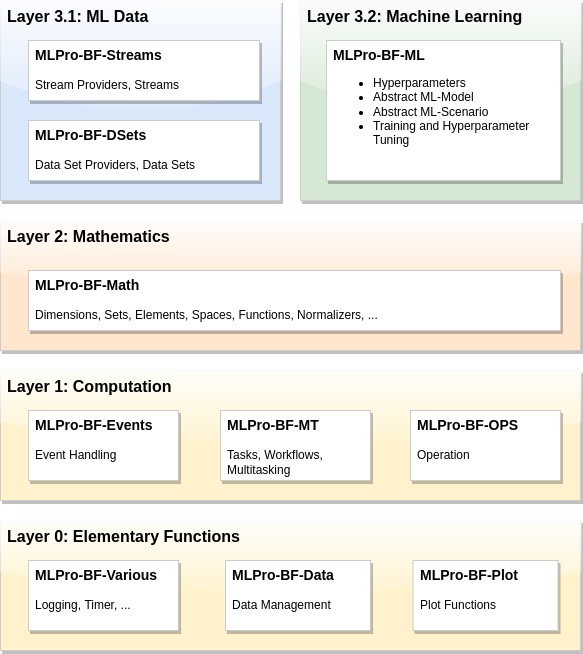
The draw.io diagram doc/rtd/content/bf/images/MLPro-BF_Overview.drawio.png in fhswf/MLPro, before a commit. Source tidied: cells renumbered, new cells last; positions are measured from the earlier drawing's top-left corner, leaving out a move shared by most shapes.
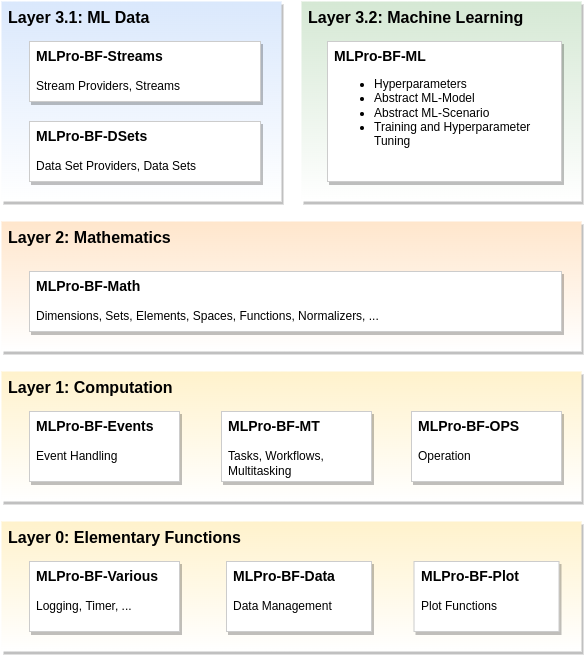
After the commit.

Change to the diagram source:
```diff
@@ -2,19 +2,19 @@
   <root>
     <mxCell id="0" />
     <mxCell id="1" parent="0" />
-    <mxCell id="2" value="Layer 0: Elementary Functions" style="rounded=0;whiteSpace=wrap;html=1;shadow=1;glass=1;fontSize=16;align=left;labelPosition=center;verticalLabelPosition=middle;verticalAlign=top;spacingLeft=5;fontStyle=1;strokeColor=#CCCCCC;fillColor=#fff2cc;strokeWidth=1;fontFamily=Helvetica;" parent="1" vertex="1">
+    <mxCell id="2" value="Layer 0: Elementary Functions" style="rounded=0;whiteSpace=wrap;html=1;shadow=1;glass=0;fontSize=16;align=left;labelPosition=center;verticalLabelPosition=middle;verticalAlign=top;spacingLeft=5;fontStyle=1;strokeColor=none;fillColor=#fff2cc;strokeWidth=1;fontFamily=Helvetica;gradientColor=#FFFFFF;" parent="1" vertex="1">
       <mxGeometry y="520" width="580" height="130" as="geometry" />
     </mxCell>
-    <mxCell id="3" value="Layer 3.2: Machine Learning" style="rounded=0;whiteSpace=wrap;html=1;shadow=1;glass=1;fontSize=16;align=left;labelPosition=center;verticalLabelPosition=middle;verticalAlign=top;spacingLeft=5;spacingRight=5;fontStyle=1;fillColor=#d5e8d4;strokeColor=#CCCCCC;gradientColor=none;strokeWidth=1;" parent="1" vertex="1">
+    <mxCell id="3" value="Layer 3.2: Machine Learning" style="rounded=0;whiteSpace=wrap;html=1;shadow=1;glass=0;fontSize=16;align=left;labelPosition=center;verticalLabelPosition=middle;verticalAlign=top;spacingLeft=5;spacingRight=5;fontStyle=1;fillColor=#d5e8d4;strokeColor=none;gradientColor=#FFFFFF;strokeWidth=1;" parent="1" vertex="1">
       <mxGeometry x="300" width="280" height="200" as="geometry" />
     </mxCell>
-    <mxCell id="4" value="Layer 3.1: ML Data" style="rounded=0;whiteSpace=wrap;html=1;shadow=1;glass=1;fontSize=16;align=left;labelPosition=center;verticalLabelPosition=middle;verticalAlign=top;spacingLeft=5;spacingRight=5;fontStyle=1;fillColor=#dae8fc;strokeColor=#CCCCCC;strokeWidth=1;" parent="1" vertex="1">
+    <mxCell id="4" value="Layer 3.1: ML Data" style="rounded=0;whiteSpace=wrap;html=1;shadow=1;glass=0;fontSize=16;align=left;labelPosition=center;verticalLabelPosition=middle;verticalAlign=top;spacingLeft=5;spacingRight=5;fontStyle=1;fillColor=#dae8fc;strokeColor=none;strokeWidth=2;gradientColor=#FFFFFF;" parent="1" vertex="1">
       <mxGeometry width="280" height="200" as="geometry" />
     </mxCell>
-    <mxCell id="5" value="Layer 2: Mathematics" style="rounded=0;whiteSpace=wrap;html=1;shadow=1;glass=1;fontSize=16;align=left;labelPosition=center;verticalLabelPosition=middle;verticalAlign=top;spacingLeft=5;fontStyle=1;fillColor=#ffe6cc;strokeColor=#CCCCCC;strokeWidth=1;" parent="1" vertex="1">
+    <mxCell id="5" value="Layer 2: Mathematics" style="rounded=0;whiteSpace=wrap;html=1;shadow=1;glass=0;fontSize=16;align=left;labelPosition=center;verticalLabelPosition=middle;verticalAlign=top;spacingLeft=5;fontStyle=1;fillColor=#ffe6cc;strokeColor=none;strokeWidth=1;gradientColor=#FFFFFF;" parent="1" vertex="1">
       <mxGeometry y="220" width="580" height="130" as="geometry" />
     </mxCell>
-    <mxCell id="6" value="Layer 1: Computation" style="rounded=0;whiteSpace=wrap;html=1;shadow=1;glass=1;fontSize=16;align=left;labelPosition=center;verticalLabelPosition=middle;verticalAlign=top;spacingLeft=5;fontStyle=1;fillColor=#fff2cc;strokeColor=#CCCCCC;strokeWidth=1;" parent="1" vertex="1">
+    <mxCell id="6" value="Layer 1: Computation" style="rounded=0;whiteSpace=wrap;html=1;shadow=1;glass=0;fontSize=16;align=left;labelPosition=center;verticalLabelPosition=middle;verticalAlign=top;spacingLeft=5;fontStyle=1;fillColor=#fff2cc;strokeColor=none;strokeWidth=1;gradientColor=#FFFFFF;" parent="1" vertex="1">
       <mxGeometry y="370" width="580" height="130" as="geometry" />
     </mxCell>
     <mxCell id="7" value="&lt;font style=&quot;font-size: 14px;&quot;&gt;MLPro-BF-Various&lt;/font&gt;&lt;br&gt;&lt;span style=&quot;font-weight: normal;&quot;&gt;&lt;br&gt;Logging, Timer, ...&lt;/span&gt;" style="rounded=0;whiteSpace=wrap;html=1;glass=0;shadow=1;align=left;verticalAlign=top;fontStyle=1;spacingLeft=5;strokeColor=#CCCCCC;" parent="1" vertex="1">
```
